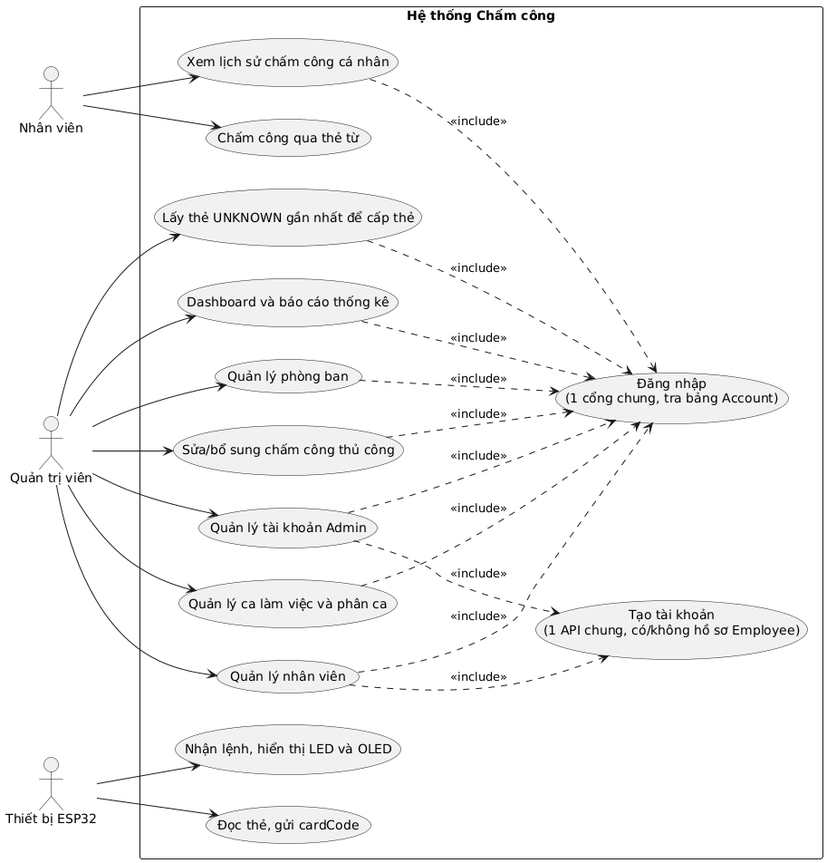
Above: docs/UseCase.png in anhtuanp-99/taptrack-attendance-system (PlantUML), before the change. The source it was exported from:
```plantuml
@startuml
left to right direction
skinparam packageStyle rectangle

actor "Nhân viên" as Employee
actor "Quản trị viên" as Admin
actor "Thiết bị ESP32" as ESP32

rectangle "Hệ thống Chấm công" {
  usecase "Chấm công qua thẻ từ" as UC1
  usecase "Xem lịch sử chấm công cá nhân" as UC2
  usecase "Đăng nhập\n(1 cổng chung, tra bảng Account)" as UCLogin
  usecase "Tạo tài khoản\n(1 API chung, có/không hồ sơ Employee)" as UCCreate
  usecase "Quản lý phòng ban" as UC3a
  usecase "Quản lý nhân viên" as UC3b
  usecase "Quản lý ca làm việc và phân ca" as UC4
  usecase "Dashboard và báo cáo thống kê" as UC5
  usecase "Sửa/bổ sung chấm công thủ công" as UC6
  usecase "Quản lý tài khoản Admin" as UC9
  usecase "Đọc thẻ, gửi cardCode" as UC7
  usecase "Nhận lệnh, hiển thị LED và OLED" as UC8
  usecase "Lấy thẻ UNKNOWN gần nhất để cấp thẻ" as UC10
}

Employee --> UC1
Employee --> UC2
Admin --> UC3a
Admin --> UC3b
Admin --> UC4
Admin --> UC5
Admin --> UC6
Admin --> UC9
Admin --> UC10
ESP32 --> UC7
ESP32 --> UC8

UC2 ..> UCLogin : <<include>>
UC3a ..> UCLogin : <<include>>
UC3b ..> UCLogin : <<include>>
UC4 ..> UCLogin : <<include>>
UC5 ..> UCLogin : <<include>>
UC6 ..> UCLogin : <<include>>
UC9 ..> UCLogin : <<include>>
UC10 ..> UCLogin : <<include>>

UC3b ..> UCCreate : <<include>>
UC9 ..> UCCreate : <<include>>
@enduml
```
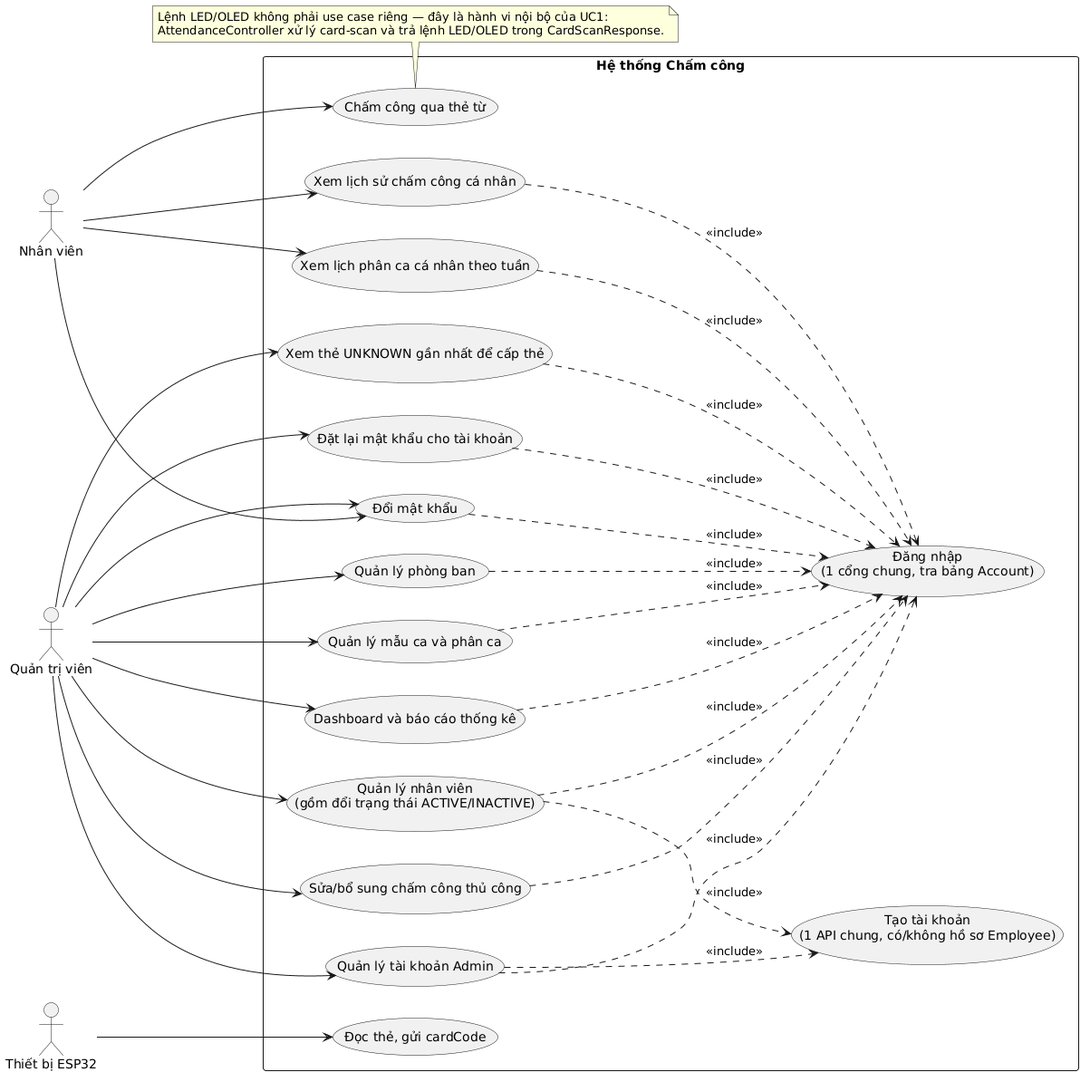
The same file after the commit.

Change to the diagram source:
```diff
@@ -9,21 +9,25 @@
 rectangle "Hệ thống Chấm công" {
   usecase "Chấm công qua thẻ từ" as UC1
   usecase "Xem lịch sử chấm công cá nhân" as UC2
+  usecase "Xem lịch phân ca cá nhân theo tuần" as UC2b
   usecase "Đăng nhập\n(1 cổng chung, tra bảng Account)" as UCLogin
+  usecase "Đổi mật khẩu" as UCChangePw
+  usecase "Đặt lại mật khẩu cho tài khoản" as UCReset
   usecase "Tạo tài khoản\n(1 API chung, có/không hồ sơ Employee)" as UCCreate
   usecase "Quản lý phòng ban" as UC3a
-  usecase "Quản lý nhân viên" as UC3b
-  usecase "Quản lý ca làm việc và phân ca" as UC4
+  usecase "Quản lý nhân viên\n(gồm đổi trạng thái ACTIVE/INACTIVE)" as UC3b
+  usecase "Quản lý mẫu ca và phân ca" as UC4
   usecase "Dashboard và báo cáo thống kê" as UC5
   usecase "Sửa/bổ sung chấm công thủ công" as UC6
   usecase "Quản lý tài khoản Admin" as UC9
   usecase "Đọc thẻ, gửi cardCode" as UC7
-  usecase "Nhận lệnh, hiển thị LED và OLED" as UC8
-  usecase "Lấy thẻ UNKNOWN gần nhất để cấp thẻ" as UC10
+  usecase "Xem thẻ UNKNOWN gần nhất để cấp thẻ" as UC10
 }
 
 Employee --> UC1
 Employee --> UC2
+Employee --> UC2b
+Employee --> UCChangePw
 Admin --> UC3a
 Admin --> UC3b
 Admin --> UC4
@@ -31,10 +35,12 @@
 Admin --> UC6
 Admin --> UC9
 Admin --> UC10
+Admin --> UCReset
+Admin --> UCChangePw
 ESP32 --> UC7
-ESP32 --> UC8
 
 UC2 ..> UCLogin : <<include>>
+UC2b ..> UCLogin : <<include>>
 UC3a ..> UCLogin : <<include>>
 UC3b ..> UCLogin : <<include>>
 UC4 ..> UCLogin : <<include>>
@@ -42,7 +48,14 @@
 UC6 ..> UCLogin : <<include>>
 UC9 ..> UCLogin : <<include>>
 UC10 ..> UCLogin : <<include>>
+UCChangePw ..> UCLogin : <<include>>
+UCReset ..> UCLogin : <<include>>
 
 UC3b ..> UCCreate : <<include>>
 UC9 ..> UCCreate : <<include>>
+
+note bottom of UC1
+  Lệnh LED/OLED không phải use case riêng — đây là hành vi nội bộ của UC1:
+  AttendanceController xử lý card-scan và trả lệnh LED/OLED trong CardScanResponse.
+end note
 @enduml
```
